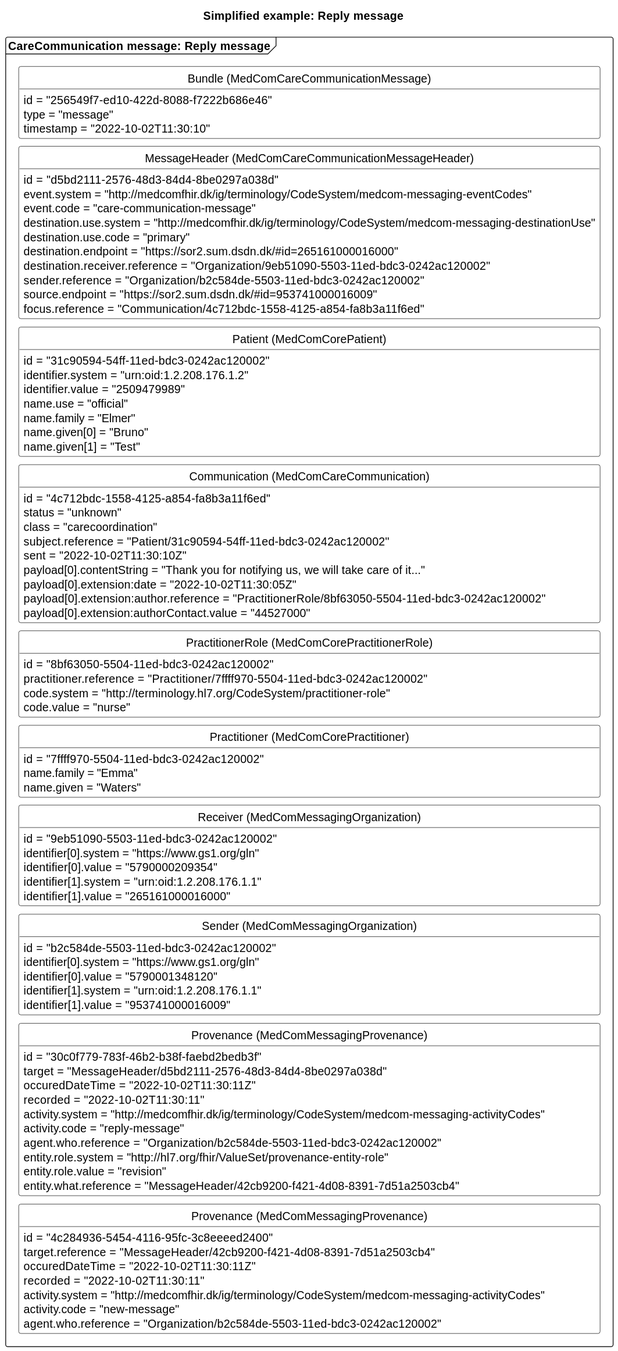
This is input/images/carecommunication/CCreplyMessage.svg from medcomdk/dk-medcom-carecommunication, a PlantUML export, as it was before one commit. Its diagram source:
```plantuml
@startuml CCreplyMessage

skinparam class {
    BackgroundColor White
    BorderColor Black
    ArrowColor Black
  }
hide circle
hide empty members
skinparam SameClassWidth true
skinparam Ranksep 10


title Simplified example: Reply message

package "CareCommunication message: Reply message" as reply <<Frame>>{
    class "Bundle (MedComCareCommunicationMessage)" as replyB {
        id = "256549f7-ed10-422d-8088-f7222b686e46"
        type = "message"
        timestamp = "2022-10-02T11:30:10"
    }
    class "MessageHeader (MedComCareCommunicationMessageHeader)" as replyMH{
        id = "d5bd2111-2576-48d3-84d4-8be0297a038d"
        event.system = "http://medcomfhir.dk/ig/terminology/CodeSystem/medcom-messaging-eventCodes"
        event.code = "care-communication-message"
        destination.use.system = "http://medcomfhir.dk/ig/terminology/CodeSystem/medcom-messaging-destinationUse"
        destination.use.code = "primary"
        destination.endpoint = "https://sor2.sum.dsdn.dk/#id=265161000016000"
        destination.receiver.reference = "Organization/9eb51090-5503-11ed-bdc3-0242ac120002"
        sender.reference = "Organization/b2c584de-5503-11ed-bdc3-0242ac120002"
        source.endpoint = "https://sor2.sum.dsdn.dk/#id=953741000016009"
        focus.reference = "Communication/4c712bdc-1558-4125-a854-fa8b3a11f6ed"
    }
    class "Patient (MedComCorePatient)" as replyPT{
        id = "31c90594-54ff-11ed-bdc3-0242ac120002"
        identifier.system = "urn:oid:1.2.208.176.1.2"
        identifier.value = "2509479989"
        name.use = "official"
        name.family = "Elmer"
        name.given[0] = "Bruno"
        name.given[1] = "Test"
    }
    class "Communication (MedComCareCommunication)" as replyCom{
        id = "4c712bdc-1558-4125-a854-fa8b3a11f6ed"
        status = "unknown"
        class = "carecoordination"
        subject.reference = "Patient/31c90594-54ff-11ed-bdc3-0242ac120002"
        sent = "2022-10-02T11:30:10Z"
        payload[0].contentString = "Thank you for notifying us, we will take care of it..."
        payload[0].extension:date = "2022-10-02T11:30:05Z"
        payload[0].extension:author.reference = "PractitionerRole/8bf63050-5504-11ed-bdc3-0242ac120002"
        payload[0].extension:authorContact.value = "44527000"
    }
    class "PractitionerRole (MedComCorePractitionerRole)" as replyPracR{
        id = "8bf63050-5504-11ed-bdc3-0242ac120002"
        practitioner.reference = "Practitioner/7ffff970-5504-11ed-bdc3-0242ac120002"
        code.system = "http://terminology.hl7.org/CodeSystem/practitioner-role"
        code.value = "nurse"
    }
    class "Practitioner (MedComCorePractitioner)" as replyPrac{
        id = "7ffff970-5504-11ed-bdc3-0242ac120002"
        name.family = "Emma"
        name.given = "Waters"
    }
    class "Receiver (MedComMessagingOrganization)" as replyROrg{
        id = "9eb51090-5503-11ed-bdc3-0242ac120002"
        identifier[0].system = "https://www.gs1.org/gln"
        identifier[0].value = "5790000209354"
        identifier[1].system = "urn:oid:1.2.208.176.1.1"
        identifier[1].value = "265161000016000"
    }
    class "Sender (MedComMessagingOrganization)" as replySOrg{
        id = "b2c584de-5503-11ed-bdc3-0242ac120002"
        identifier[0].system = "https://www.gs1.org/gln"
        identifier[0].value = "5790001348120"
        identifier[1].system = "urn:oid:1.2.208.176.1.1"
        identifier[1].value = "953741000016009"
    }
    class "Provenance (MedComMessagingProvenance)" as replyPRO{
        id = "30c0f779-783f-46b2-b38f-faebd2bedb3f"
        target = "MessageHeader/d5bd2111-2576-48d3-84d4-8be0297a038d"
        occuredDateTime = "2022-10-02T11:30:11Z"
        recorded = "2022-10-02T11:30:11"
        activity.system = "http://medcomfhir.dk/ig/terminology/CodeSystem/medcom-messaging-activityCodes"
        activity.code = "reply-message"
        agent.who.reference = "Organization/b2c584de-5503-11ed-bdc3-0242ac120002"
        entity.role.system = "http://hl7.org/fhir/ValueSet/provenance-entity-role"
        entity.role.value = "revision"
        entity.what.reference = "MessageHeader/42cb9200-f421-4d08-8391-7d51a2503cb4"
    }
    class "Provenance (MedComMessagingProvenance)" as newPRO{
        id = "4c284936-5454-4116-95fc-3c8eeeed2400"
        target.reference = "MessageHeader/42cb9200-f421-4d08-8391-7d51a2503cb4"
        occuredDateTime = "2022-10-02T11:30:11Z"
        recorded = "2022-10-02T11:30:11"
        activity.system = "http://medcomfhir.dk/ig/terminology/CodeSystem/medcom-messaging-activityCodes"
        activity.code = "new-message"
        agent.who.reference = "Organization/b2c584de-5503-11ed-bdc3-0242ac120002"
    }

replyB -[hidden]- replyMH
replyMH -[hidden]-replyPT
replyPT-[hidden]-replyCom
replyCom -[hidden]-replyPracR
replyPracR-[hidden]-replyPrac
replyPrac-[hidden]-replyROrg
replyROrg-[hidden]- replySOrg
replySOrg-[hidden]-replyPRO
replyPRO-[hidden]-newPRO


@enduml
```
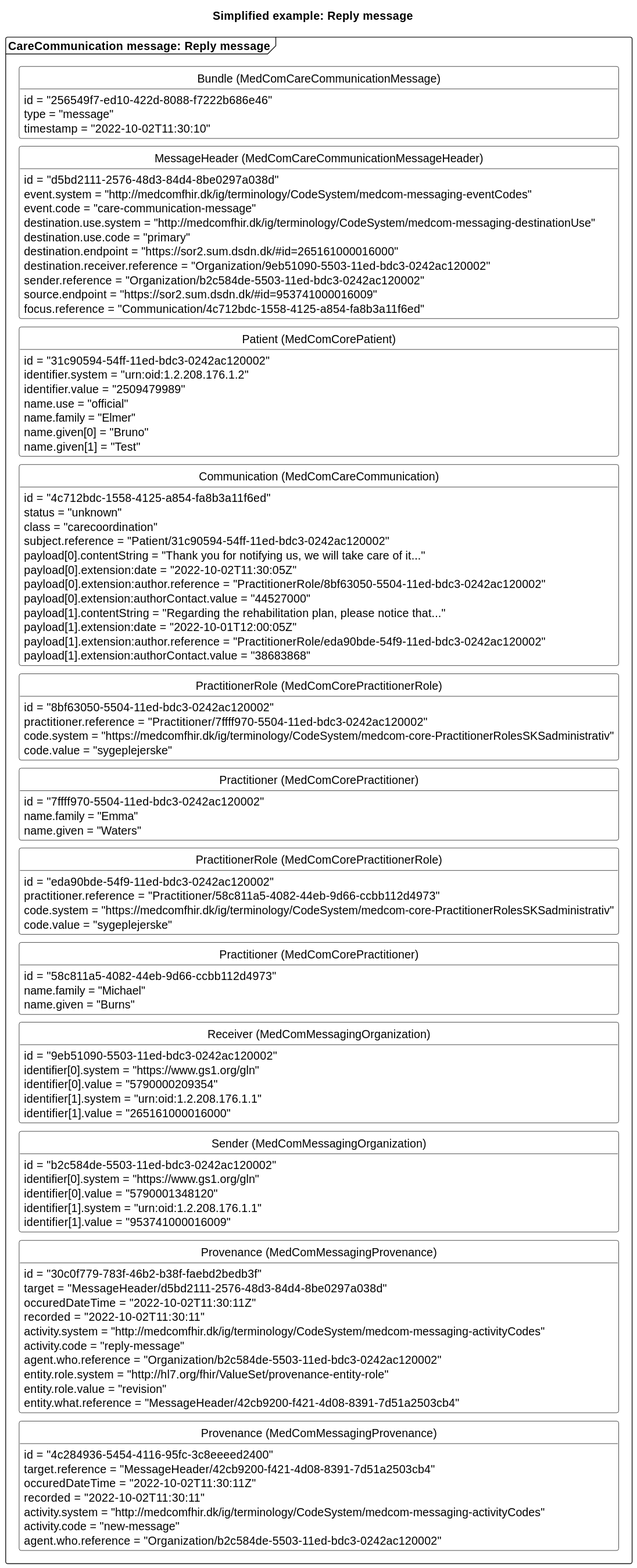
After the commit.

Diff of the diagram source:
```diff
@@ -45,22 +45,36 @@
         status = "unknown"
         class = "carecoordination"
         subject.reference = "Patient/31c90594-54ff-11ed-bdc3-0242ac120002"
-        sent = "2022-10-02T11:30:10Z"
         payload[0].contentString = "Thank you for notifying us, we will take care of it..."
         payload[0].extension:date = "2022-10-02T11:30:05Z"
         payload[0].extension:author.reference = "PractitionerRole/8bf63050-5504-11ed-bdc3-0242ac120002"
         payload[0].extension:authorContact.value = "44527000"
+        payload[1].contentString = "Regarding the rehabilitation plan, please notice that..."
+        payload[1].extension:date = "2022-10-01T12:00:05Z"
+        payload[1].extension:author.reference = "PractitionerRole/eda90bde-54f9-11ed-bdc3-0242ac120002"
+        payload[1].extension:authorContact.value = "38683868"
     }
     class "PractitionerRole (MedComCorePractitionerRole)" as replyPracR{
         id = "8bf63050-5504-11ed-bdc3-0242ac120002"
         practitioner.reference = "Practitioner/7ffff970-5504-11ed-bdc3-0242ac120002"
-        code.system = "http://terminology.hl7.org/CodeSystem/practitioner-role"
-        code.value = "nurse"
+        code.system = "https://medcomfhir.dk/ig/terminology/CodeSystem/medcom-core-PractitionerRolesSKSadministrativ"
+        code.value = "sygeplejerske"
     }
     class "Practitioner (MedComCorePractitioner)" as replyPrac{
         id = "7ffff970-5504-11ed-bdc3-0242ac120002"
         name.family = "Emma"
         name.given = "Waters"
+    }
+    class "PractitionerRole (MedComCorePractitionerRole)" as newPracR{
+        id = "eda90bde-54f9-11ed-bdc3-0242ac120002"
+        practitioner.reference = "Practitioner/58c811a5-4082-44eb-9d66-ccbb112d4973"
+        code.system = "https://medcomfhir.dk/ig/terminology/CodeSystem/medcom-core-PractitionerRolesSKSadministrativ"
+        code.value = "sygeplejerske"
+    }
+    class "Practitioner (MedComCorePractitioner)" as newPrac{
+        id = "58c811a5-4082-44eb-9d66-ccbb112d4973"
+        name.family = "Michael"
+        name.given = "Burns"
     }
     class "Receiver (MedComMessagingOrganization)" as replyROrg{
         id = "9eb51090-5503-11ed-bdc3-0242ac120002"
@@ -103,7 +117,9 @@
 replyPT-[hidden]-replyCom
 replyCom -[hidden]-replyPracR
 replyPracR-[hidden]-replyPrac
-replyPrac-[hidden]-replyROrg
+replyPrac-[hidden]-newPracR
+newPracR-[hidden]-newPrac
+newPrac-[hidden]-replyROrg
 replyROrg-[hidden]- replySOrg
 replySOrg-[hidden]-replyPRO
 replyPRO-[hidden]-newPRO
```
